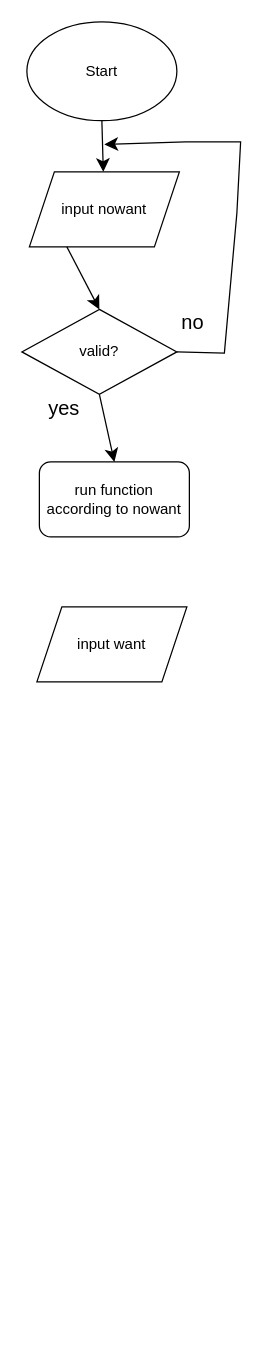
This is cwork.drawio from scratchusernamemrtbts/random-stuff, a draw.io file, before an edit. Source tidied: cells renumbered, new cells numbered last; positions are measured from the earlier drawing's top-left corner, leaving out a move shared by most shapes. Both pictures are drawn from the tidied source at 125%, with x=0, y=0 at pixel (21, 21).
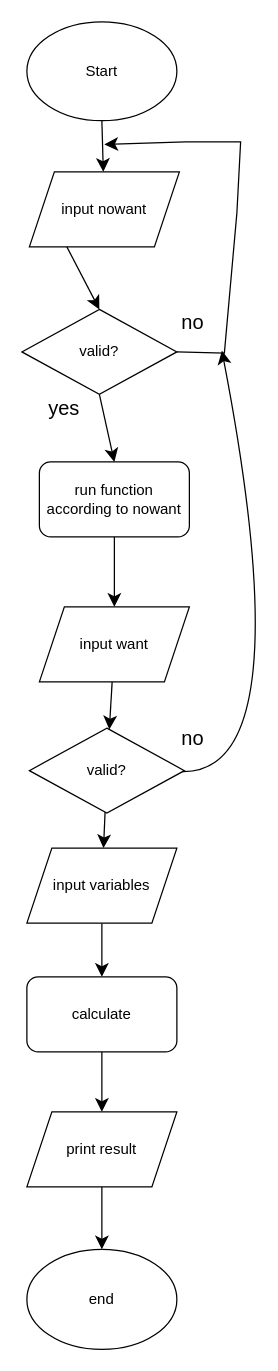
The same diagram, later.

The change refers to these unchanged cells:
```xml
<mxCell id="10" value="run function according to nowant" style="rounded=1;whiteSpace=wrap;html=1;" parent="1" vertex="1">
  <mxGeometry x="14" y="352" width="120" height="60" as="geometry" />
</mxCell>
```

What changed in the source:
```diff
@@
+    <mxCell id="13" style="edgeStyle=none;curved=1;rounded=0;jettySize=auto;html=1;fontSize=12;startSize=8;endSize=8;" parent="1" edge="1" source="12" target="17">
+      <mxGeometry relative="1" as="geometry" />
+    </mxCell>
     <mxCell id="12" value="input want" style="shape=parallelogram;perimeter=parallelogramPerimeter;whiteSpace=wrap;html=1;fixedSize=1;" parent="1" vertex="1">
-      <mxGeometry x="12" y="468" width="120" height="60" as="geometry" />
+      <mxGeometry x="14" y="468" width="120" height="60" as="geometry" />
     </mxCell>
+    <mxCell id="14" style="endArrow=classic;html=1;rounded=0;fontSize=12;startSize=8;endSize=8;exitX=0.5;exitY=1;exitDx=0;exitDy=0;" parent="1" edge="1" source="10" target="12">
+      <mxGeometry relative="1" as="geometry" />
+    </mxCell>
+    <mxCell id="15" style="edgeStyle=none;curved=1;rounded=0;jettySize=auto;html=1;fontSize=12;startSize=8;endSize=8;" parent="1" edge="1" source="17">
+      <mxGeometry relative="1" as="geometry">
+        <mxPoint x="160" y="263" as="targetPoint" />
+        <Array as="points">
+          <mxPoint x="225" y="601" />
+        </Array>
+      </mxGeometry>
+    </mxCell>
+    <mxCell id="16" style="edgeStyle=none;curved=1;rounded=0;jettySize=auto;html=1;fontSize=12;startSize=8;endSize=8;" parent="1" edge="1" source="17" target="20">
+      <mxGeometry relative="1" as="geometry" />
+    </mxCell>
+    <mxCell id="17" value="valid?" style="rhombus;whiteSpace=wrap;html=1;" parent="1" vertex="1">
+      <mxGeometry x="6" y="565" width="124" height="68" as="geometry" />
+    </mxCell>
+    <mxCell id="18" value="no" style="text;html=1;align=center;verticalAlign=middle;whiteSpace=wrap;rounded=0;fontSize=16;" parent="1" vertex="1">
+      <mxGeometry x="107" y="558" width="60" height="30" as="geometry" />
+    </mxCell>
+    <mxCell id="19" style="edgeStyle=none;curved=1;rounded=0;jettySize=auto;html=1;fontSize=12;startSize=8;endSize=8;" parent="1" edge="1" source="20" target="22">
+      <mxGeometry relative="1" as="geometry" />
+    </mxCell>
+    <mxCell id="20" value="input variables" style="shape=parallelogram;perimeter=parallelogramPerimeter;whiteSpace=wrap;html=1;fixedSize=1;" parent="1" vertex="1">
+      <mxGeometry x="4" y="661" width="120" height="60" as="geometry" />
+    </mxCell>
+    <mxCell id="21" style="edgeStyle=none;curved=1;rounded=0;jettySize=auto;html=1;fontSize=12;startSize=8;endSize=8;" parent="1" edge="1" source="22" target="24">
+      <mxGeometry relative="1" as="geometry" />
+    </mxCell>
+    <mxCell id="22" value="calculate" style="rounded=1;whiteSpace=wrap;html=1;" parent="1" vertex="1">
+      <mxGeometry x="4" y="764" width="120" height="60" as="geometry" />
+    </mxCell>
+    <mxCell id="23" style="edgeStyle=none;curved=1;rounded=0;jettySize=auto;html=1;fontSize=12;startSize=8;endSize=8;" parent="1" edge="1" source="24" target="25">
+      <mxGeometry relative="1" as="geometry" />
+    </mxCell>
+    <mxCell id="24" value="print result" style="shape=parallelogram;perimeter=parallelogramPerimeter;whiteSpace=wrap;html=1;fixedSize=1;" parent="1" vertex="1">
+      <mxGeometry x="4" y="872" width="120" height="60" as="geometry" />
+    </mxCell>
+    <mxCell id="25" value="end" style="ellipse;whiteSpace=wrap;html=1;" parent="1" vertex="1">
+      <mxGeometry x="4" y="982" width="120" height="80" as="geometry" />
+    </mxCell>
```
